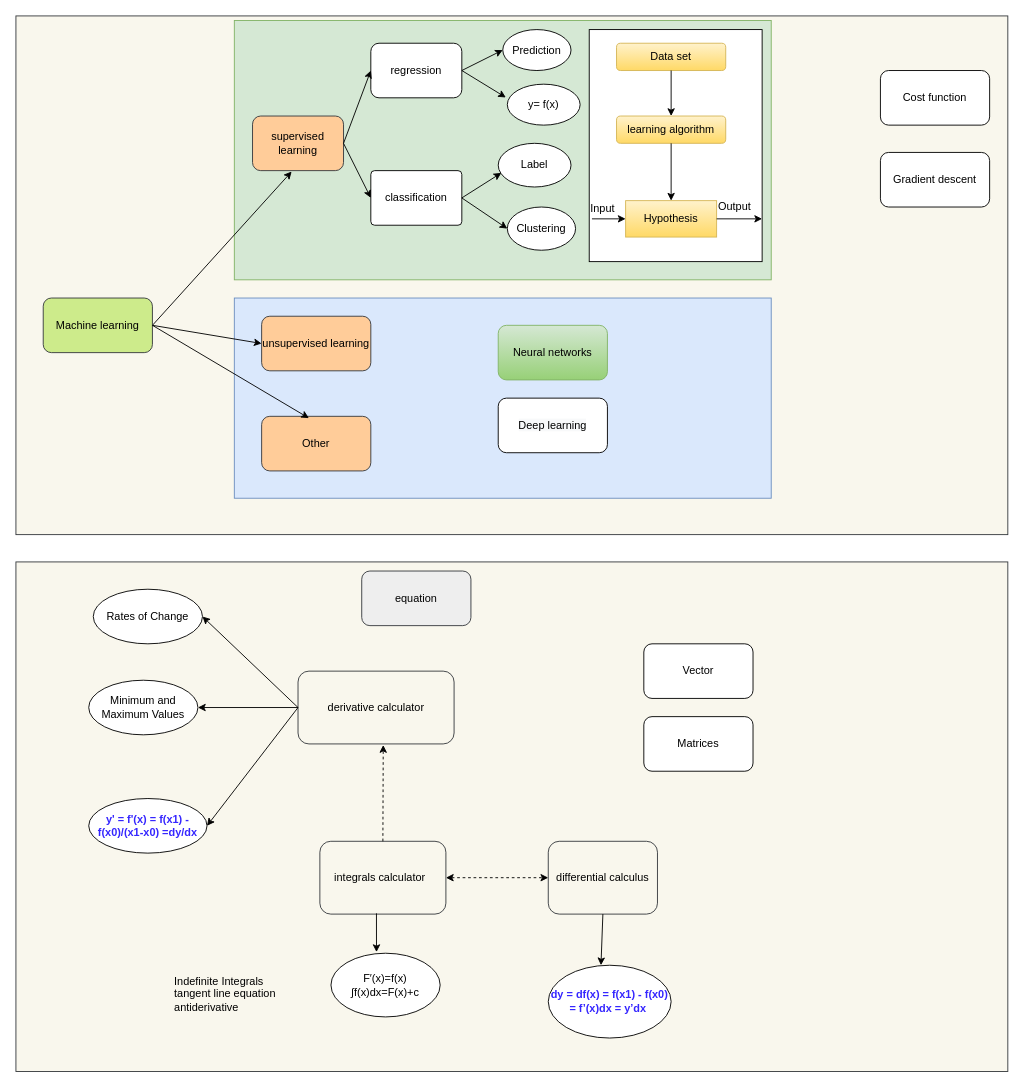
The draw.io diagram page "Page-1" (1 of 2) of doc/machine_learning.drawio in letrthong/machine_learning, before the edit. Source tidied: cells renumbered, new cells numbered last; positions are measured from the earlier drawing's top-left corner, leaving out a move shared by most shapes. Both pictures are drawn from the tidied source at 91%, with x=0, y=0 at pixel (15, 15).
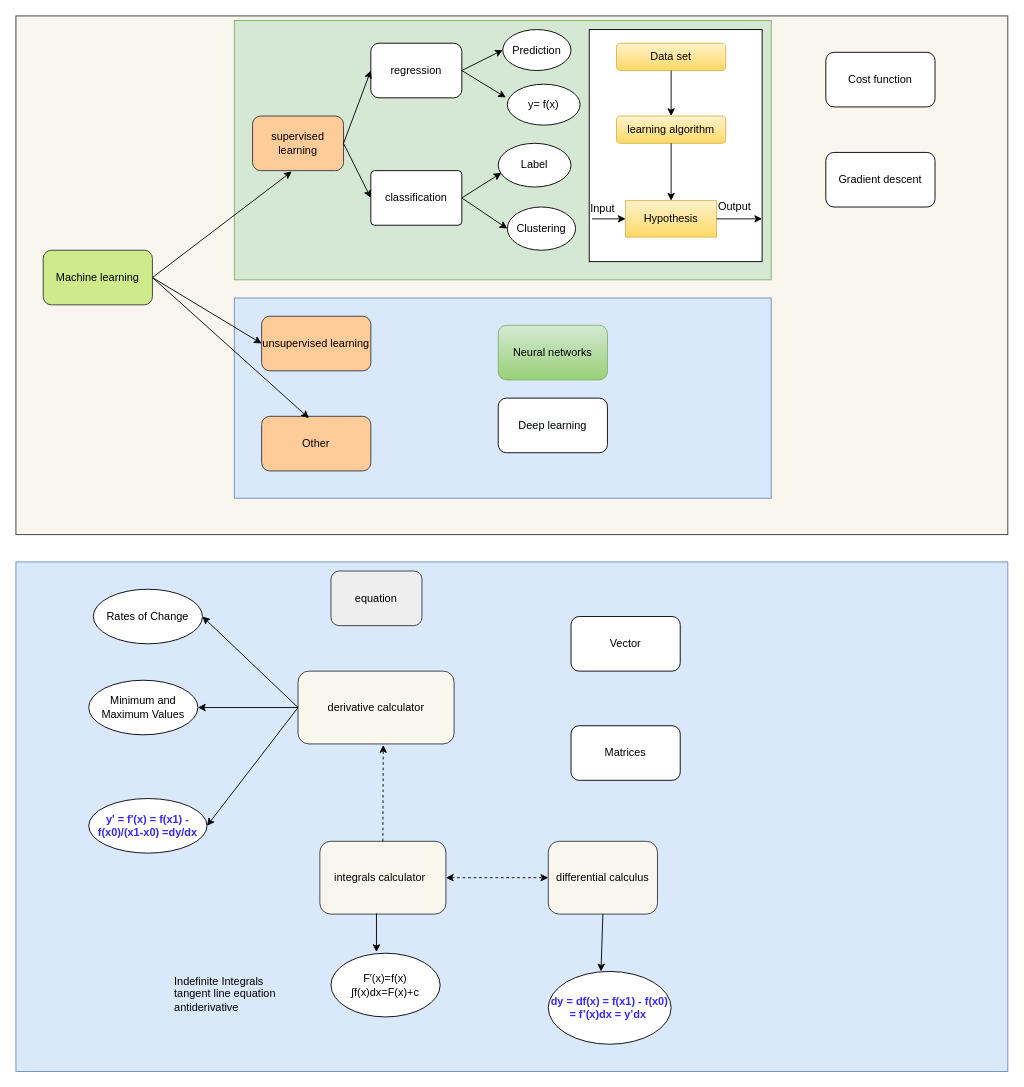
After the change.

Diff of the diagram source:
```diff
@@
-    <mxCell id="2" style="rounded=0;whiteSpace=wrap;html=1;fillColor=#f9f7ed;strokeColor=#36393d;" parent="1" vertex="1">
+    <mxCell id="2" style="rounded=0;whiteSpace=wrap;html=1;fillColor=#dae8fc;strokeColor=#6c8ebf;" parent="1" vertex="1">
       <mxGeometry y="600" width="1090" height="560" as="geometry" />
     </mxCell>
@@
     <mxCell id="15" value="Machine learning" style="rounded=1;whiteSpace=wrap;html=1;fillColor=#cdeb8b;strokeColor=#36393d;" parent="1" vertex="1">
-      <mxGeometry x="30" y="310" width="120" height="60" as="geometry" />
+      <mxGeometry x="30" y="257.5" width="120" height="60" as="geometry" />
     </mxCell>
@@
     <mxCell id="41" value="equation" style="rounded=1;whiteSpace=wrap;html=1;fillColor=#eeeeee;strokeColor=#36393d;" parent="1" vertex="1">
-      <mxGeometry x="380" y="610" width="120" height="60" as="geometry" />
+      <mxGeometry x="346.2" y="610" width="100" height="60" as="geometry" />
     </mxCell>
     <mxCell id="42" value="Cost function" style="rounded=1;whiteSpace=wrap;html=1;" parent="1" vertex="1">
-      <mxGeometry x="950" y="60" width="120" height="60" as="geometry" />
+      <mxGeometry x="890" y="40" width="120" height="60" as="geometry" />
     </mxCell>
     <mxCell id="43" value="Gradient descent" style="rounded=1;whiteSpace=wrap;html=1;" parent="1" vertex="1">
-      <mxGeometry x="950" y="150" width="120" height="60" as="geometry" />
+      <mxGeometry x="890" y="150" width="120" height="60" as="geometry" />
     </mxCell>
@@
     <mxCell id="50" value="Vector" style="rounded=1;whiteSpace=wrap;html=1;" parent="1" vertex="1">
-      <mxGeometry x="690" y="690" width="120" height="60" as="geometry" />
+      <mxGeometry x="610" y="660" width="120" height="60" as="geometry" />
     </mxCell>
     <mxCell id="51" value="Matrices" style="rounded=1;whiteSpace=wrap;html=1;" parent="1" vertex="1">
-      <mxGeometry x="690" y="770" width="120" height="60" as="geometry" />
+      <mxGeometry x="610" y="780" width="120" height="60" as="geometry" />
     </mxCell>
     <mxCell id="52" value="&lt;b&gt;&lt;font color=&quot;#3526ff&quot;&gt;dy = df(x) = f(x1) - f(x0) = f’(x)dx = y’dx&amp;nbsp;&lt;/font&gt;&lt;/b&gt;" style="ellipse;whiteSpace=wrap;html=1;" parent="1" vertex="1">
-      <mxGeometry x="585" y="1043.2" width="135" height="80" as="geometry" />
+      <mxGeometry x="585" y="1050" width="135" height="80" as="geometry" />
     </mxCell>
```
